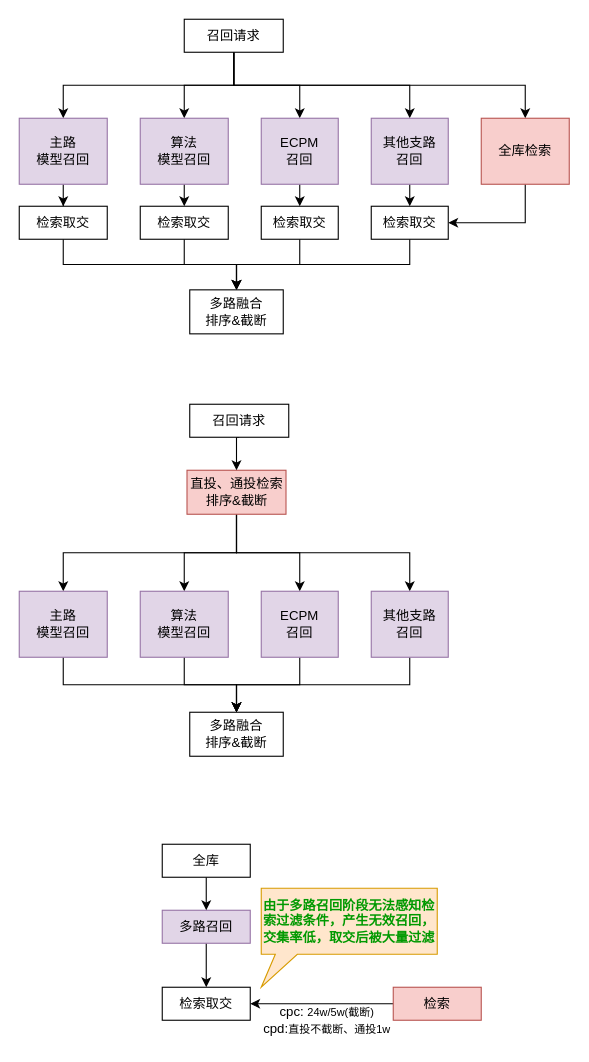
yantao006/draw_io keeps this draw.io diagram as page "第 3 页" (3 of 5) of 商业化召回.drawio. Above is the earlier version. Source tidied: cells renumbered, new cells numbered last; positions are measured from the earlier drawing's top-left corner, leaving out a move shared by most shapes. Both pictures are drawn from the tidied source at 110%, with x=0, y=0 at pixel (19, 19).
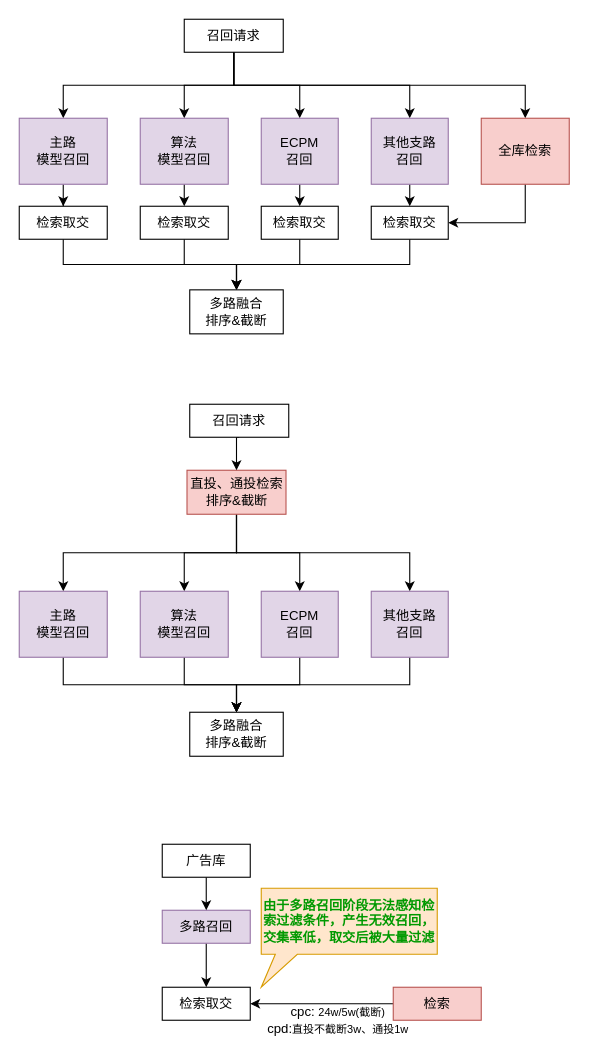
The same page after the edit.

Commit message:
更新商业化召回.drawio

The edit, as a diff of the source:
```diff
@@
-    <mxCell id="49" value="&lt;font&gt;全库&lt;/font&gt;" style="rounded=0;whiteSpace=wrap;html=1;verticalAlign=middle;align=center;" parent="1" vertex="1">
+    <mxCell id="49" value="&lt;font&gt;广告库&lt;/font&gt;" style="rounded=0;whiteSpace=wrap;html=1;verticalAlign=middle;align=center;" parent="1" vertex="1">
       <mxGeometry x="130" y="750" width="80" height="30" as="geometry" />
     </mxCell>
@@
-    <mxCell id="51" value="cpc: &lt;font style=&quot;font-size: 10px;&quot;&gt;24w/5w(截断)&lt;/font&gt;&lt;div&gt;cpd:&lt;font style=&quot;font-size: 10px;&quot;&gt;直投不截断、通投1w&lt;/font&gt;&lt;/div&gt;" style="text;html=1;align=center;verticalAlign=middle;whiteSpace=wrap;rounded=0;" parent="1" vertex="1">
-      <mxGeometry x="220" y="890" width="120" height="40" as="geometry" />
+    <mxCell id="51" value="cpc: &lt;font style=&quot;font-size: 10px;&quot;&gt;24w/5w(截断)&lt;/font&gt;&lt;div&gt;cpd:&lt;font style=&quot;font-size: 10px;&quot;&gt;直投不截断3w、通投1w&lt;/font&gt;&lt;/div&gt;" style="text;html=1;align=center;verticalAlign=middle;whiteSpace=wrap;rounded=0;" parent="1" vertex="1">
+      <mxGeometry x="220" y="890" width="140" height="40" as="geometry" />
     </mxCell>
```
